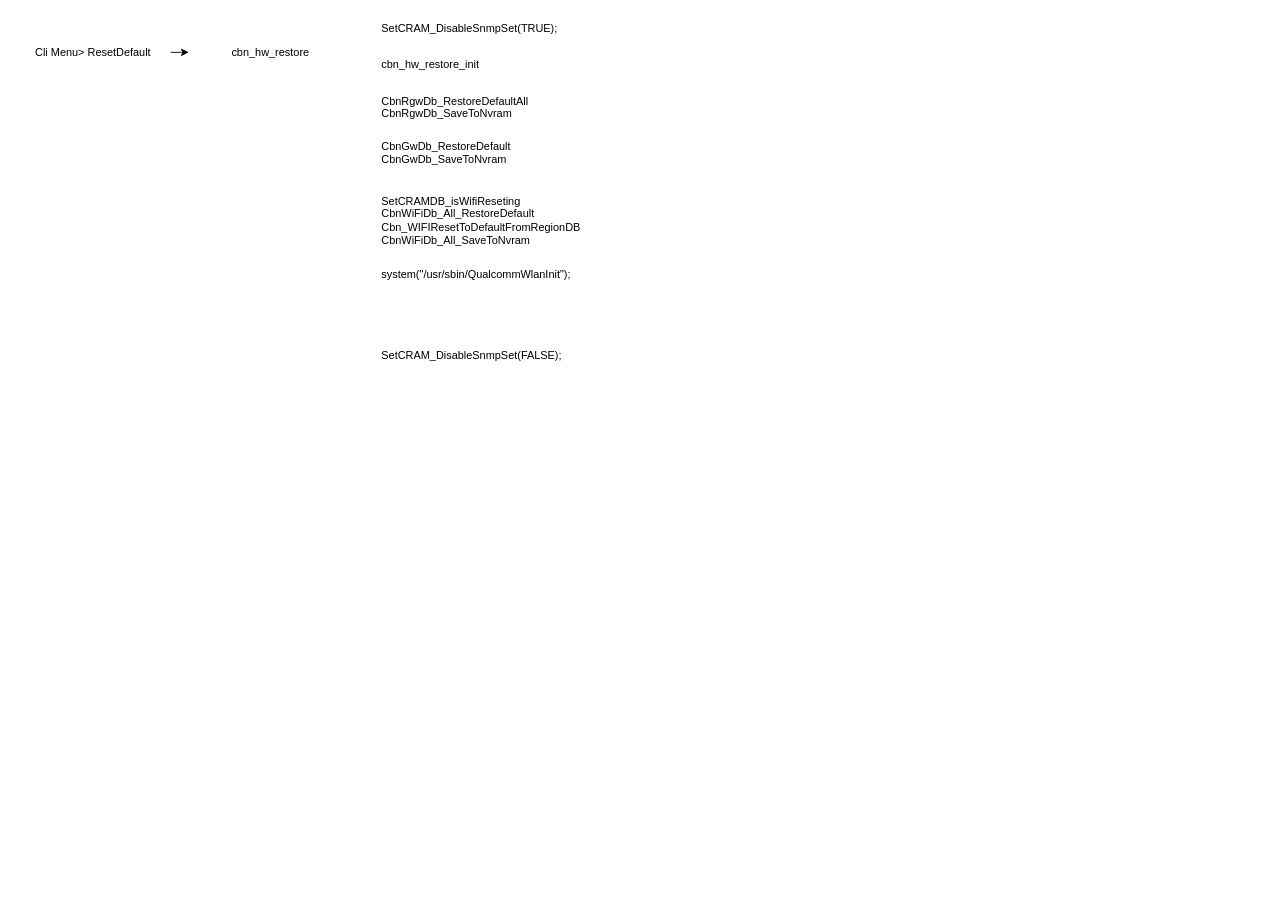
The draw.io diagram page "ResetDefault" (14 of 14) of GW7557.drawio in nelsonchung/drawio, before the edit. Source tidied: cells renumbered, new cells numbered last; positions are measured from the earlier drawing's top-left corner, leaving out a move shared by most shapes. Both pictures are drawn from the tidied source at 91%, with x=0, y=0 at pixel (15, 15).
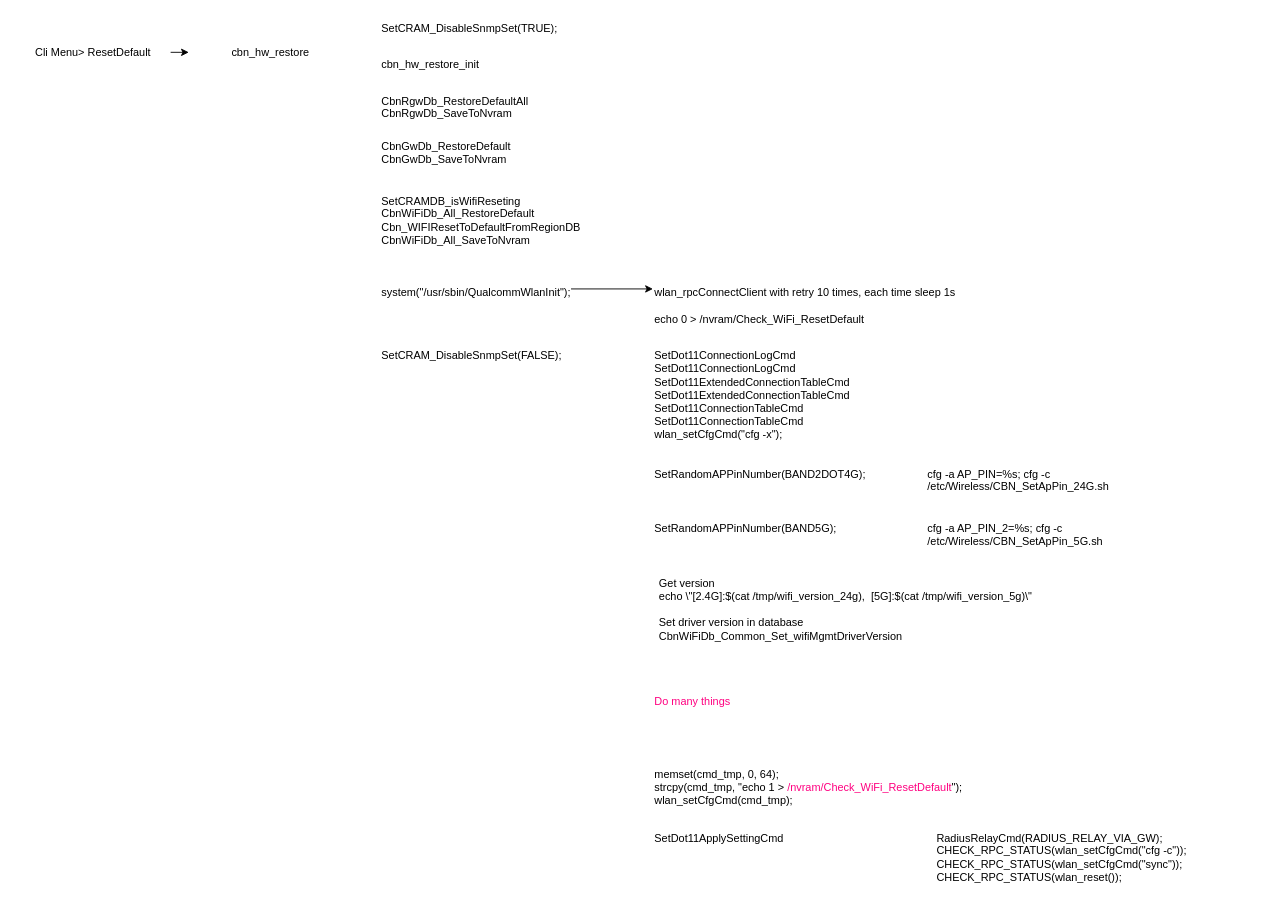
The same page after the edit.

Diff of the diagram source:
```diff
@@
+    <mxCell id="12" style="edgeStyle=orthogonalEdgeStyle;rounded=0;jettySize=auto;html=1;exitX=1;exitY=0.5;exitDx=0;exitDy=0;entryX=0;entryY=0.5;entryDx=0;entryDy=0;" parent="1" edge="1" source="9" target="13">
+      <mxGeometry relative="1" as="geometry" />
+    </mxCell>
     <mxCell id="9" value="system(&quot;/usr/sbin/QualcommWlanInit&quot;);" style="text;html=1;strokeColor=none;fillColor=none;align=left;verticalAlign=top;whiteSpace=wrap;rounded=0;horizontal=1;" parent="1" vertex="1">
-      <mxGeometry x="400" y="270" width="210" height="20" as="geometry" />
+      <mxGeometry x="400" y="290" width="210" height="20" as="geometry" />
     </mxCell>
@@
+    <mxCell id="13" value="wlan_rpcConnectClient with retry 10 times, each time sleep 1s&lt;br&gt;" style="text;html=1;strokeColor=none;fillColor=none;align=left;verticalAlign=top;whiteSpace=wrap;rounded=0;horizontal=1;" parent="1" vertex="1">
+      <mxGeometry x="700" y="290" width="370" height="20" as="geometry" />
+    </mxCell>
+    <mxCell id="14" value="echo 0 &amp;gt; /nvram/Check_WiFi_ResetDefault" style="text;html=1;strokeColor=none;fillColor=none;align=left;verticalAlign=top;whiteSpace=wrap;rounded=0;horizontal=1;" parent="1" vertex="1">
+      <mxGeometry x="700" y="320" width="370" height="20" as="geometry" />
+    </mxCell>
+    <mxCell id="15" value="SetDot11ConnectionLogCmd&lt;br&gt;SetDot11ConnectionLogCmd&lt;br&gt;SetDot11ExtendedConnectionTableCmd&lt;br&gt;SetDot11ExtendedConnectionTableCmd&lt;br&gt;SetDot11ConnectionTableCmd&lt;br&gt;SetDot11ConnectionTableCmd&lt;br&gt;wlan_setCfgCmd(&quot;cfg -x&quot;);&lt;br&gt;" style="text;html=1;strokeColor=none;fillColor=none;align=left;verticalAlign=top;whiteSpace=wrap;rounded=0;horizontal=1;" parent="1" vertex="1">
+      <mxGeometry x="700" y="360" width="260" height="110" as="geometry" />
+    </mxCell>
+    <mxCell id="16" value="SetRandomAPPinNumber(BAND2DOT4G);&lt;br&gt;" style="text;html=1;strokeColor=none;fillColor=none;align=left;verticalAlign=top;whiteSpace=wrap;rounded=0;horizontal=1;" parent="1" vertex="1">
+      <mxGeometry x="700" y="490" width="240" height="20" as="geometry" />
+    </mxCell>
+    <mxCell id="17" value="cfg -a AP_PIN=%s; cfg -c&lt;br&gt;/etc/Wireless/CBN_SetApPin_24G.sh" style="text;html=1;strokeColor=none;fillColor=none;align=left;verticalAlign=top;whiteSpace=wrap;rounded=0;horizontal=1;" parent="1" vertex="1">
+      <mxGeometry x="1000" y="490" width="370" height="20" as="geometry" />
+    </mxCell>
+    <mxCell id="18" value="SetRandomAPPinNumber(BAND5G);" style="text;html=1;strokeColor=none;fillColor=none;align=left;verticalAlign=top;whiteSpace=wrap;rounded=0;horizontal=1;" parent="1" vertex="1">
+      <mxGeometry x="700" y="550" width="230" height="20" as="geometry" />
+    </mxCell>
+    <mxCell id="19" value="cfg -a AP_PIN_2=%s; cfg -c&lt;br&gt;/etc/Wireless/CBN_SetApPin_5G.sh" style="text;html=1;strokeColor=none;fillColor=none;align=left;verticalAlign=top;whiteSpace=wrap;rounded=0;horizontal=1;" parent="1" vertex="1">
+      <mxGeometry x="1000" y="550" width="370" height="20" as="geometry" />
+    </mxCell>
+    <mxCell id="20" value="Get version&lt;br&gt;echo \&quot;[2.4G]:$(cat /tmp/wifi_version_24g),&amp;nbsp; [5G]:$(cat /tmp/wifi_version_5g)\&quot;&lt;br&gt;&lt;br&gt;Set driver version in database&lt;br&gt;CbnWiFiDb_Common_Set_wifiMgmtDriverVersion" style="text;html=1;strokeColor=none;fillColor=none;align=left;verticalAlign=top;whiteSpace=wrap;rounded=0;horizontal=1;" parent="1" vertex="1">
+      <mxGeometry x="705" y="610" width="515" height="20" as="geometry" />
+    </mxCell>
+    <mxCell id="21" value="&lt;font color=&quot;#ff0080&quot;&gt;Do many things&lt;/font&gt;" style="text;html=1;strokeColor=none;fillColor=none;align=left;verticalAlign=top;whiteSpace=wrap;rounded=0;horizontal=1;" parent="1" vertex="1">
+      <mxGeometry x="700" y="740" width="515" height="20" as="geometry" />
+    </mxCell>
+    <mxCell id="22" value="SetDot11ApplySettingCmd" style="text;html=1;strokeColor=none;fillColor=none;align=left;verticalAlign=top;whiteSpace=wrap;rounded=0;horizontal=1;" parent="1" vertex="1">
+      <mxGeometry x="700" y="890" width="200" height="20" as="geometry" />
+    </mxCell>
+    <mxCell id="23" value="RadiusRelayCmd(RADIUS_RELAY_VIA_GW);&lt;br&gt;CHECK_RPC_STATUS(wlan_setCfgCmd(&quot;cfg -c&quot;));&lt;br&gt;CHECK_RPC_STATUS(wlan_setCfgCmd(&quot;sync&quot;));&lt;br&gt;CHECK_RPC_STATUS(wlan_reset());" style="text;html=1;strokeColor=none;fillColor=none;align=left;verticalAlign=top;whiteSpace=wrap;rounded=0;horizontal=1;" parent="1" vertex="1">
+      <mxGeometry x="1010" y="890" width="370" height="80" as="geometry" />
+    </mxCell>
+    <mxCell id="24" value="memset(cmd_tmp, 0, 64);&lt;br&gt;strcpy(cmd_tmp, &quot;echo 1 &amp;gt; &lt;font color=&quot;#ff0080&quot;&gt;/nvram/Check_WiFi_ResetDefault&lt;/font&gt;&quot;);&lt;br&gt;wlan_setCfgCmd(cmd_tmp);&amp;nbsp;" style="text;html=1;strokeColor=none;fillColor=none;align=left;verticalAlign=top;whiteSpace=wrap;rounded=0;horizontal=1;" parent="1" vertex="1">
+      <mxGeometry x="700" y="820" width="450" height="20" as="geometry" />
+    </mxCell>
```
